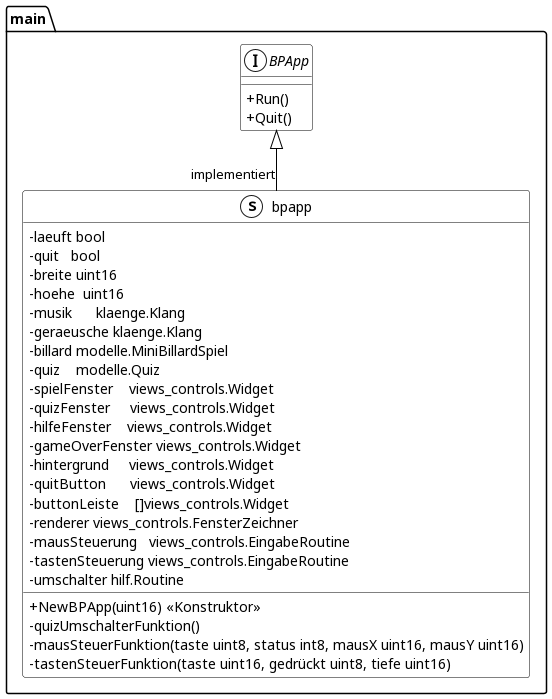
Fussbroich/lwb-SWP keeps this PlantUML diagram as documentation/UML/BrainPool.png. Above is the earlier version. Its diagram source:
```plantuml
@startuml
skinparam classAttributeIconSize 0
skinparam class {
BackgroundColor White
ArrowColor Black
BorderColor Black
}
namespace main {
    interface BPApp << (I,White) >> {
        + Run()
        + Quit()

    }
    class bpapp << (s,White) >> {
	    - laeuft bool
	    - quit   bool
	    - breite uint16
	    - hoehe  uint16
	    - musik      klaenge.Klang
	    - geraeusche klaenge.Klang
	    - billard modelle.MiniBillardSpiel
	    - quiz    modelle.Quiz
	    - spielFenster    views_controls.Widget
	    - quizFenster     views_controls.Widget
	    - hilfeFenster    views_controls.Widget
	    - gameOverFenster views_controls.Widget
	    - hintergrund     views_controls.Widget
	    - quitButton      views_controls.Widget
	    - buttonLeiste    []views_controls.Widget
	    - renderer views_controls.FensterZeichner
	    - mausSteuerung   views_controls.EingabeRoutine
	    - tastenSteuerung views_controls.EingabeRoutine
	    - umschalter hilf.Routine

        + NewBPApp(uint16) << Konstruktor >>
        - quizUmschalterFunktion()
        - mausSteuerFunktion(taste uint8, status int8, mausX uint16, mausY uint16)
        - tastenSteuerFunktion(taste uint16, gedrückt uint8, tiefe uint16)
    }
}

"main.BPApp" <|-- "implementiert""main.bpapp"

@enduml
```
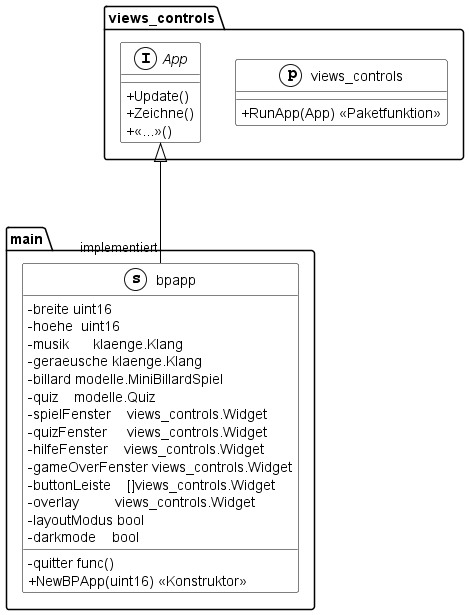
After the change.

Commit message:
enhanced docu uml

Diff of the diagram source:
```diff
@@ -1,19 +1,27 @@
 @startuml
+skinparam ranksep 120
 skinparam classAttributeIconSize 0
 skinparam class {
 BackgroundColor White
 ArrowColor Black
 BorderColor Black
 }
+
+namespace views_controls {
+	class views_controls << (p,White) >> {
+		+ RunApp(App) << Paketfunktion >>
+	}
+
+    interface App << (I,White) >> {
+		+ Update()
+		+ Zeichne()
+		+ <<...>>()
+	}
+}
+
 namespace main {
-    interface BPApp << (I,White) >> {
-        + Run()
-        + Quit()
-
-    }
     class bpapp << (s,White) >> {
-	    - laeuft bool
-	    - quit   bool
+		- quitter func()
 	    - breite uint16
 	    - hoehe  uint16
 	    - musik      klaenge.Klang
@@ -24,21 +32,15 @@
 	    - quizFenster     views_controls.Widget
 	    - hilfeFenster    views_controls.Widget
 	    - gameOverFenster views_controls.Widget
-	    - hintergrund     views_controls.Widget
-	    - quitButton      views_controls.Widget
 	    - buttonLeiste    []views_controls.Widget
-	    - renderer views_controls.FensterZeichner
-	    - mausSteuerung   views_controls.EingabeRoutine
-	    - tastenSteuerung views_controls.EingabeRoutine
-	    - umschalter hilf.Routine
+		- overlay         views_controls.Widget
+		- layoutModus bool
+		- darkmode    bool
 
         + NewBPApp(uint16) << Konstruktor >>
-        - quizUmschalterFunktion()
-        - mausSteuerFunktion(taste uint8, status int8, mausX uint16, mausY uint16)
-        - tastenSteuerFunktion(taste uint16, gedrückt uint8, tiefe uint16)
     }
 }
 
-"main.BPApp" <|-- "implementiert""main.bpapp"
+"views_controls.App" <|-- "implementiert""main.bpapp"
 
 @enduml
```
